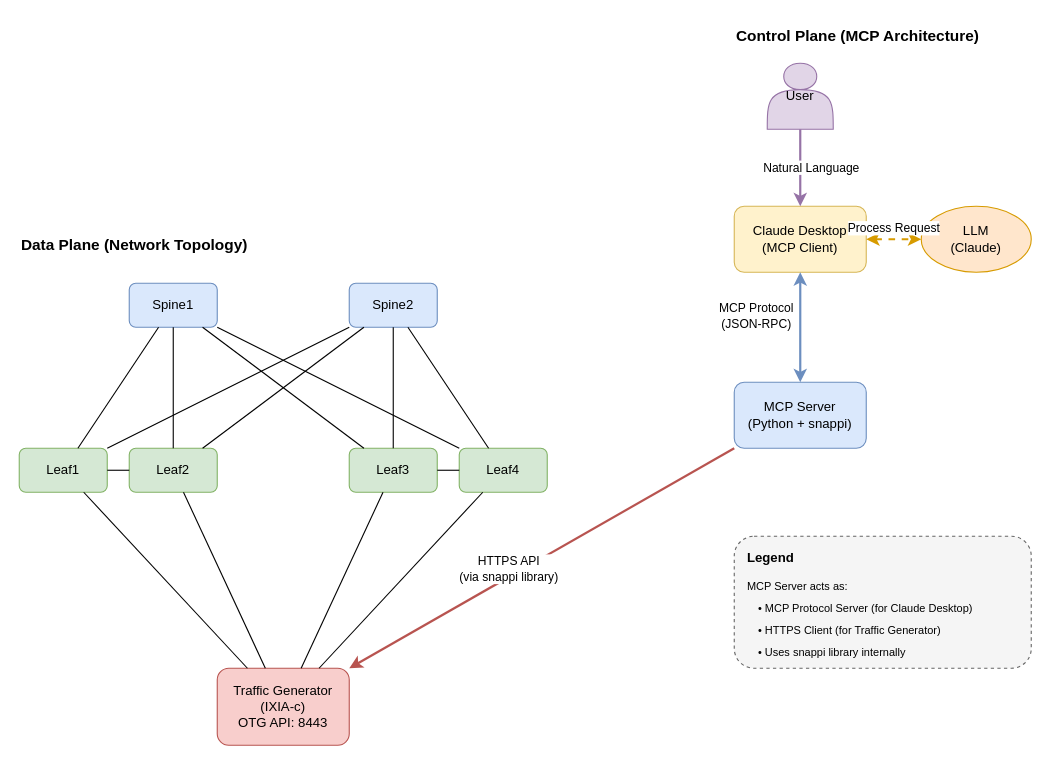
This is png/mcp-architecture.drawio from tadashota212/otg-test, a draw.io file, before an edit. Source tidied: cells renumbered, new cells numbered last; positions are measured from the earlier drawing's top-left corner, leaving out a move shared by most shapes. Both pictures are drawn from the tidied source at 110%, with x=0, y=0 at pixel (19, 19).
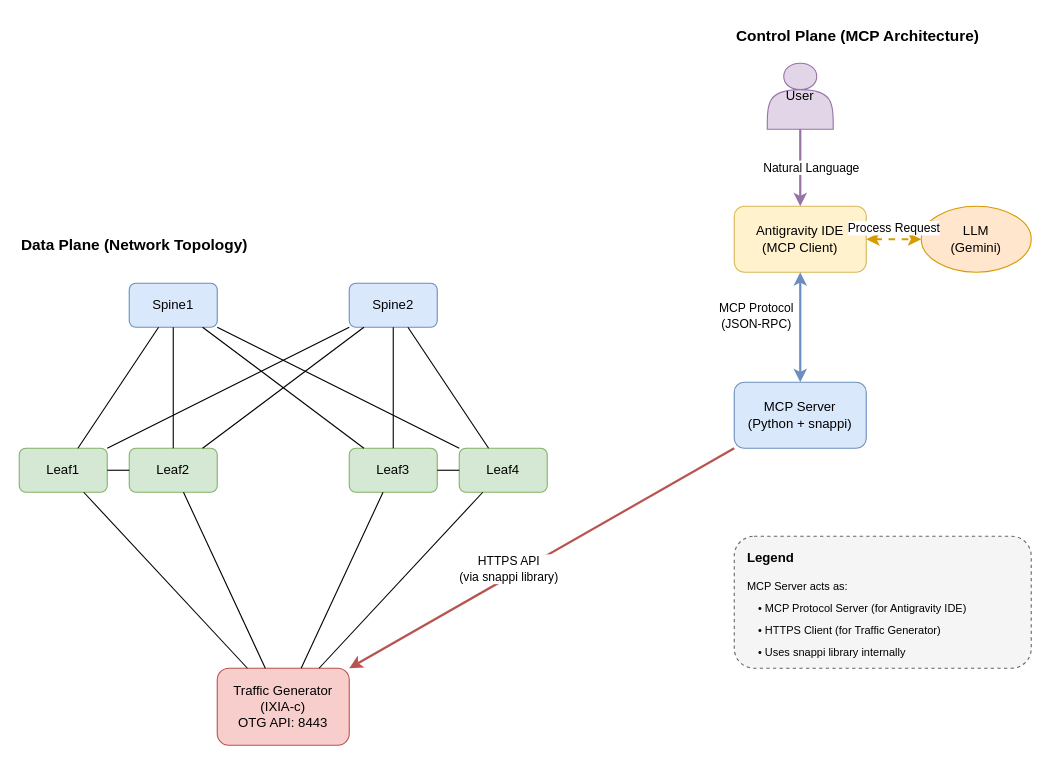
The same diagram, later.

Commit message:
Update Draw.io diagram to reference Antigravity IDE

Diff of the diagram source:
```diff
@@
-    <mxCell id="10" value="Claude Desktop&#10;(MCP Client)" style="rounded=1;whiteSpace=wrap;html=1;fillColor=#fff2cc;strokeColor=#d6b656;" parent="1" vertex="1">
+    <mxCell id="10" value="Antigravity IDE&#10;(MCP Client)" style="rounded=1;whiteSpace=wrap;html=1;fillColor=#fff2cc;strokeColor=#d6b656;" parent="1" vertex="1">
       <mxGeometry x="650" y="170" width="120" height="60" as="geometry" />
     </mxCell>
-    <mxCell id="11" value="LLM&#10;(Claude)" style="ellipse;whiteSpace=wrap;html=1;fillColor=#ffe6cc;strokeColor=#d79b00;" parent="1" vertex="1">
+    <mxCell id="11" value="LLM&#10;(Gemini)" style="ellipse;whiteSpace=wrap;html=1;fillColor=#ffe6cc;strokeColor=#d79b00;" parent="1" vertex="1">
       <mxGeometry x="820" y="170" width="100" height="60" as="geometry" />
     </mxCell>
@@
-    <mxCell id="36" value="• MCP Protocol Server (for Claude Desktop)" style="text;html=1;strokeColor=none;fillColor=none;align=left;verticalAlign=middle;whiteSpace=wrap;rounded=0;fontSize=10;" parent="1" vertex="1">
+    <mxCell id="36" value="• MCP Protocol Server (for Antigravity IDE)" style="text;html=1;strokeColor=none;fillColor=none;align=left;verticalAlign=middle;whiteSpace=wrap;rounded=0;fontSize=10;" parent="1" vertex="1">
       <mxGeometry x="670" y="525" width="240" height="20" as="geometry" />
     </mxCell>
```
